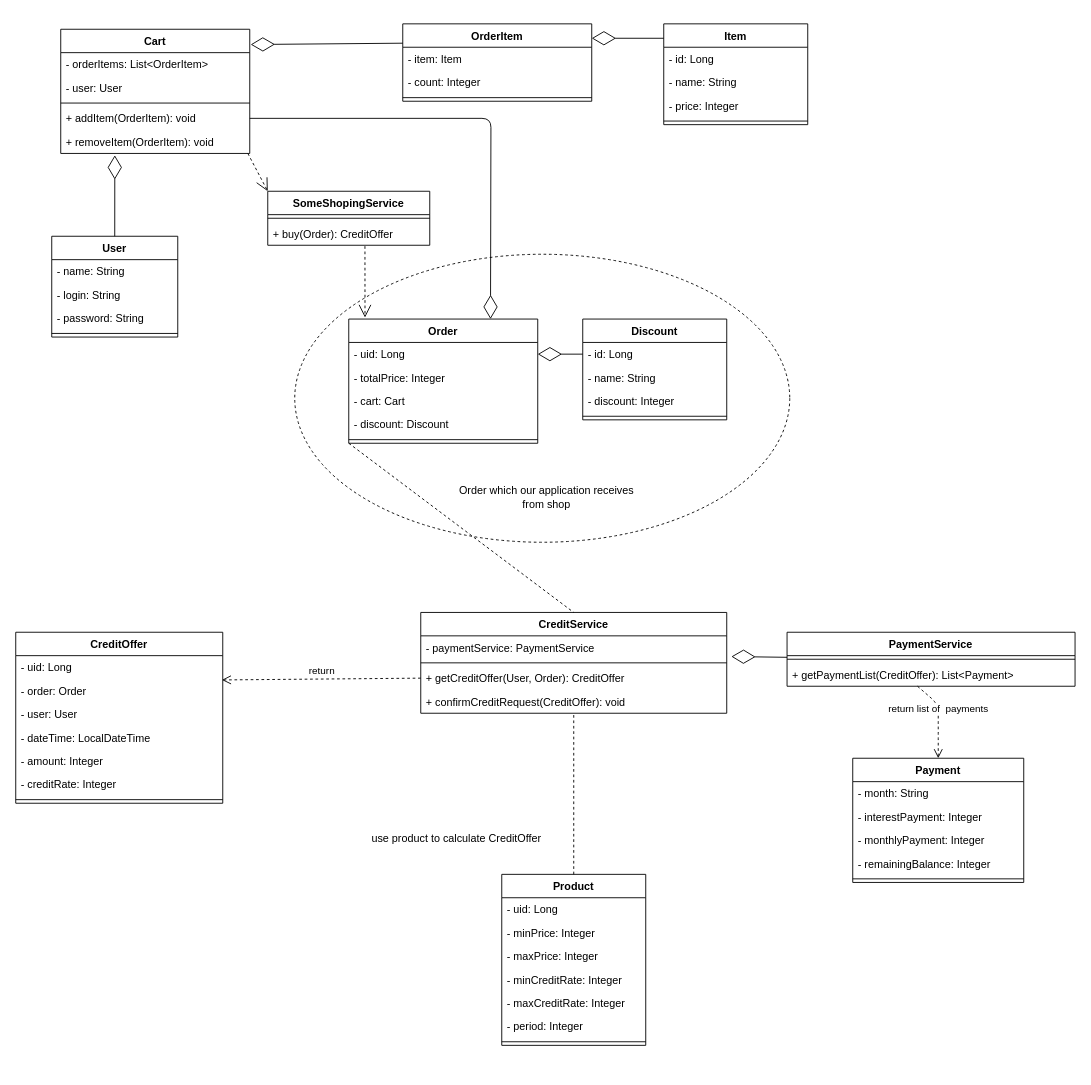
This is page "Page-2" (2 of 3) of general_schema.drawio from Vitalkamart/creditor, a draw.io file, before an edit. Source tidied: cells renumbered, new cells numbered last; positions are measured from the earlier drawing's top-left corner, leaving out a move shared by most shapes. Both pictures are drawn from the tidied source at 90%, with x=0, y=0 at pixel (15, 23).
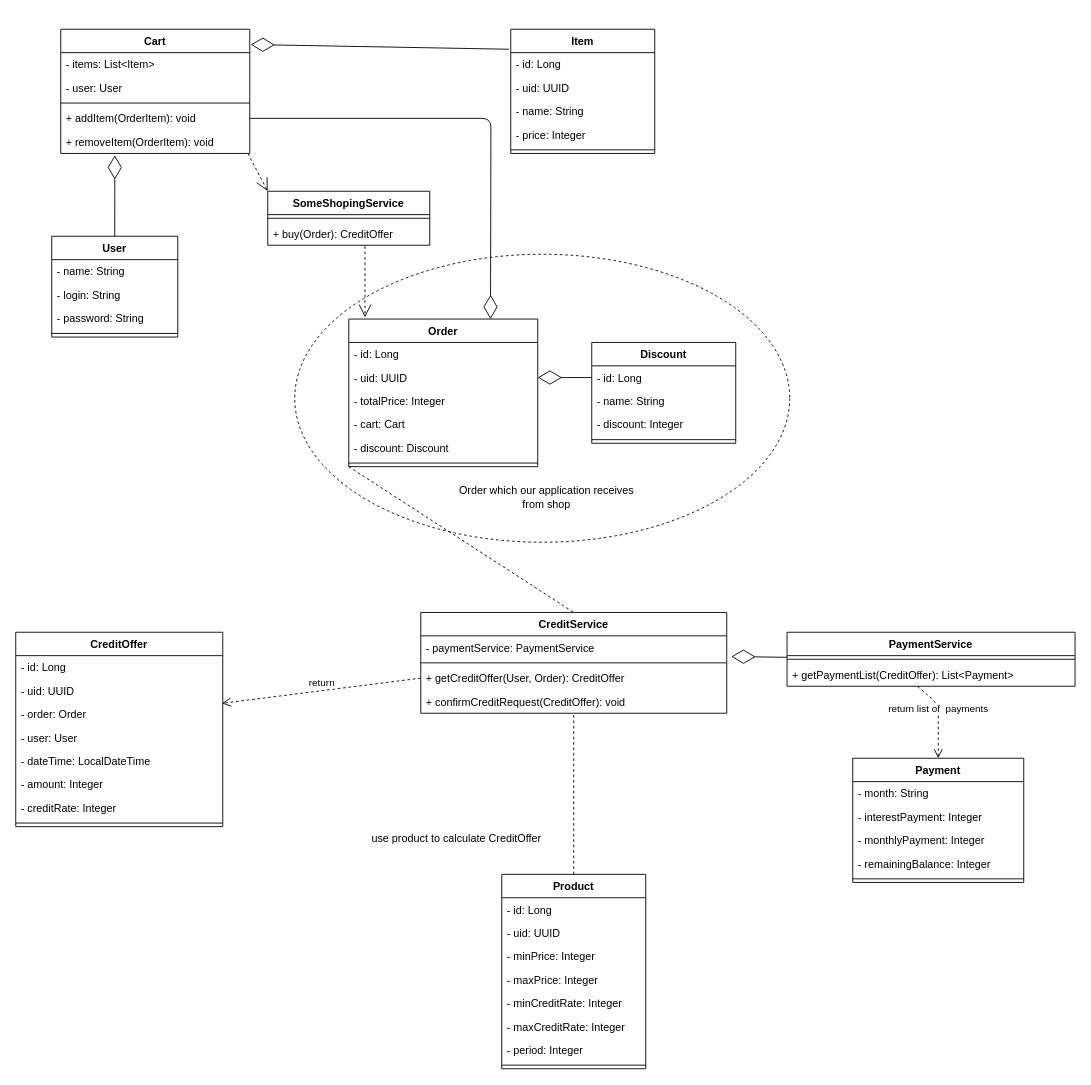
The same diagram, later.

The change refers to these unchanged cells:
```xml
<mxCell id="39" value="Cart" style="swimlane;fontStyle=1;align=center;verticalAlign=top;horizontal=1;startSize=26;" parent="1" vertex="1">
  <mxGeometry x="50" y="6" width="210" height="138" as="geometry" />
</mxCell>
```

Change to the diagram source:
```diff
@@
     <mxCell id="8" value="Product" style="swimlane;fontStyle=1;align=center;verticalAlign=top;horizontal=1;startSize=26;" parent="1" vertex="1">
-      <mxGeometry x="540" y="945" width="160" height="190" as="geometry" />
+      <mxGeometry x="540" y="945" width="160" height="216" as="geometry" />
     </mxCell>
-    <mxCell id="9" value="- uid: Long" style="text;strokeColor=none;fillColor=none;align=left;verticalAlign=top;spacingLeft=4;spacingRight=4;overflow=hidden;" parent="8" vertex="1">
+    <mxCell id="9" value="- id: Long" style="text;strokeColor=none;fillColor=none;align=left;verticalAlign=top;spacingLeft=4;spacingRight=4;overflow=hidden;" parent="8" vertex="1">
       <mxGeometry y="26" width="160" height="26" as="geometry" />
     </mxCell>
+    <mxCell id="81" value="- uid: UUID" style="text;strokeColor=none;fillColor=none;align=left;verticalAlign=top;spacingLeft=4;spacingRight=4;overflow=hidden;" parent="8" vertex="1">
+      <mxGeometry y="52" width="160" height="26" as="geometry" />
+    </mxCell>
     <mxCell id="10" value="- minPrice: Integer " style="text;strokeColor=none;fillColor=none;align=left;verticalAlign=top;spacingLeft=4;spacingRight=4;overflow=hidden;" parent="8" vertex="1">
-      <mxGeometry y="52" width="160" height="26" as="geometry" />
+      <mxGeometry y="78" width="160" height="26" as="geometry" />
     </mxCell>
     <mxCell id="11" value="- maxPrice: Integer " style="text;strokeColor=none;fillColor=none;align=left;verticalAlign=top;spacingLeft=4;spacingRight=4;overflow=hidden;" parent="8" vertex="1">
-      <mxGeometry y="78" width="160" height="26" as="geometry" />
+      <mxGeometry y="104" width="160" height="26" as="geometry" />
     </mxCell>
     <mxCell id="12" value="- minCreditRate: Integer " style="text;strokeColor=none;fillColor=none;align=left;verticalAlign=top;spacingLeft=4;spacingRight=4;overflow=hidden;" parent="8" vertex="1">
-      <mxGeometry y="104" width="160" height="26" as="geometry" />
+      <mxGeometry y="130" width="160" height="26" as="geometry" />
     </mxCell>
     <mxCell id="13" value="- maxCreditRate: Integer " style="text;strokeColor=none;fillColor=none;align=left;verticalAlign=top;spacingLeft=4;spacingRight=4;overflow=hidden;" parent="8" vertex="1">
-      <mxGeometry y="130" width="160" height="26" as="geometry" />
+      <mxGeometry y="156" width="160" height="26" as="geometry" />
     </mxCell>
     <mxCell id="14" value="- period: Integer " style="text;strokeColor=none;fillColor=none;align=left;verticalAlign=top;spacingLeft=4;spacingRight=4;overflow=hidden;" parent="8" vertex="1">
-      <mxGeometry y="156" width="160" height="26" as="geometry" />
+      <mxGeometry y="182" width="160" height="26" as="geometry" />
     </mxCell>
     <mxCell id="15" style="line;strokeWidth=1;fillColor=none;align=left;verticalAlign=middle;spacingTop=-1;spacingLeft=3;spacingRight=3;labelPosition=right;" parent="8" vertex="1">
-      <mxGeometry y="182" width="160" height="8" as="geometry" />
+      <mxGeometry y="208" width="160" height="8" as="geometry" />
     </mxCell>
     <mxCell id="16" value="Order" style="swimlane;fontStyle=1;align=center;verticalAlign=top;horizontal=1;startSize=26;" parent="1" vertex="1">
-      <mxGeometry x="370" y="328" width="210" height="138" as="geometry" />
+      <mxGeometry x="370" y="328" width="210" height="164" as="geometry" />
     </mxCell>
+    <mxCell id="82" value="- id: Long&#10;" style="text;strokeColor=none;fillColor=none;align=left;verticalAlign=top;spacingLeft=4;spacingRight=4;overflow=hidden;" parent="16" vertex="1">
+      <mxGeometry y="26" width="210" height="26" as="geometry" />
+    </mxCell>
-    <mxCell id="17" value="- uid: Long" style="text;strokeColor=none;fillColor=none;align=left;verticalAlign=top;spacingLeft=4;spacingRight=4;overflow=hidden;points=[[0,0.5],[1,0.5]];portConstraint=eastwest;" parent="16" vertex="1">
-      <mxGeometry y="26" width="210" height="26" as="geometry" />
+    <mxCell id="17" value="- uid: UUID" style="text;strokeColor=none;fillColor=none;align=left;verticalAlign=top;spacingLeft=4;spacingRight=4;overflow=hidden;points=[[0,0.5],[1,0.5]];portConstraint=eastwest;" parent="16" vertex="1">
+      <mxGeometry y="52" width="210" height="26" as="geometry" />
     </mxCell>
     <mxCell id="18" value="- totalPrice: Integer" style="text;strokeColor=none;fillColor=none;align=left;verticalAlign=top;spacingLeft=4;spacingRight=4;overflow=hidden;" parent="16" vertex="1">
-      <mxGeometry y="52" width="210" height="26" as="geometry" />
+      <mxGeometry y="78" width="210" height="26" as="geometry" />
     </mxCell>
     <mxCell id="19" value="- cart: Cart" style="text;strokeColor=none;fillColor=none;align=left;verticalAlign=top;spacingLeft=4;spacingRight=4;overflow=hidden;" parent="16" vertex="1">
-      <mxGeometry y="78" width="210" height="26" as="geometry" />
+      <mxGeometry y="104" width="210" height="26" as="geometry" />
     </mxCell>
     <mxCell id="20" value="- discount: Discount" style="text;strokeColor=none;fillColor=none;align=left;verticalAlign=top;spacingLeft=4;spacingRight=4;overflow=hidden;" parent="16" vertex="1">
-      <mxGeometry y="104" width="210" height="26" as="geometry" />
+      <mxGeometry y="130" width="210" height="26" as="geometry" />
     </mxCell>
     <mxCell id="21" style="line;strokeWidth=1;fillColor=none;align=left;verticalAlign=middle;spacingTop=-1;spacingLeft=3;spacingRight=3;labelPosition=right;" parent="16" vertex="1">
-      <mxGeometry y="130" width="210" height="8" as="geometry" />
+      <mxGeometry y="156" width="210" height="8" as="geometry" />
     </mxCell>
-    <mxCell id="22" value="OrderItem" style="swimlane;fontStyle=1;align=center;verticalAlign=top;horizontal=1;startSize=26;" parent="1" vertex="1">
-      <mxGeometry x="430" width="210" height="86" as="geometry" />
-    </mxCell>
-    <mxCell id="23" value="- item: Item" style="text;strokeColor=none;fillColor=none;align=left;verticalAlign=top;spacingLeft=4;spacingRight=4;overflow=hidden;" parent="22" vertex="1">
-      <mxGeometry y="26" width="210" height="26" as="geometry" />
-    </mxCell>
-    <mxCell id="24" value="- count: Integer" style="text;strokeColor=none;fillColor=none;align=left;verticalAlign=top;spacingLeft=4;spacingRight=4;overflow=hidden;" parent="22" vertex="1">
-      <mxGeometry y="52" width="210" height="26" as="geometry" />
-    </mxCell>
-    <mxCell id="25" style="line;strokeWidth=1;fillColor=none;align=left;verticalAlign=middle;spacingTop=-1;spacingLeft=3;spacingRight=3;labelPosition=right;" parent="22" vertex="1">
-      <mxGeometry y="78" width="210" height="8" as="geometry" />
-    </mxCell>
     <mxCell id="26" value="CreditOffer" style="swimlane;fontStyle=1;align=center;verticalAlign=top;horizontal=1;startSize=26;" parent="1" vertex="1">
-      <mxGeometry y="676" width="230" height="190" as="geometry" />
+      <mxGeometry y="676" width="230" height="216" as="geometry" />
     </mxCell>
-    <mxCell id="27" value="- uid: Long" style="text;strokeColor=none;fillColor=none;align=left;verticalAlign=top;spacingLeft=4;spacingRight=4;overflow=hidden;" parent="26" vertex="1">
+    <mxCell id="27" value="- id: Long&#10;" style="text;strokeColor=none;fillColor=none;align=left;verticalAlign=top;spacingLeft=4;spacingRight=4;overflow=hidden;" parent="26" vertex="1">
       <mxGeometry y="26" width="230" height="26" as="geometry" />
     </mxCell>
+    <mxCell id="83" value="- uid: UUID" style="text;strokeColor=none;fillColor=none;align=left;verticalAlign=top;spacingLeft=4;spacingRight=4;overflow=hidden;" parent="26" vertex="1">
+      <mxGeometry y="52" width="230" height="26" as="geometry" />
+    </mxCell>
     <mxCell id="28" value="- order: Order" style="text;strokeColor=none;fillColor=none;align=left;verticalAlign=top;spacingLeft=4;spacingRight=4;overflow=hidden;points=[[0,0.5],[1,0.5]];portConstraint=eastwest;" parent="26" vertex="1">
-      <mxGeometry y="52" width="230" height="26" as="geometry" />
+      <mxGeometry y="78" width="230" height="26" as="geometry" />
     </mxCell>
     <mxCell id="29" value="- user: User" style="text;strokeColor=none;fillColor=none;align=left;verticalAlign=top;spacingLeft=4;spacingRight=4;overflow=hidden;" parent="26" vertex="1">
-      <mxGeometry y="78" width="230" height="26" as="geometry" />
+      <mxGeometry y="104" width="230" height="26" as="geometry" />
     </mxCell>
     <mxCell id="30" value="- dateTime: LocalDateTime" style="text;strokeColor=none;fillColor=none;align=left;verticalAlign=top;spacingLeft=4;spacingRight=4;overflow=hidden;" parent="26" vertex="1">
-      <mxGeometry y="104" width="230" height="26" as="geometry" />
+      <mxGeometry y="130" width="230" height="26" as="geometry" />
     </mxCell>
     <mxCell id="31" value="- amount: Integer" style="text;strokeColor=none;fillColor=none;align=left;verticalAlign=top;spacingLeft=4;spacingRight=4;overflow=hidden;" parent="26" vertex="1">
-      <mxGeometry y="130" width="230" height="26" as="geometry" />
+      <mxGeometry y="156" width="230" height="26" as="geometry" />
     </mxCell>
     <mxCell id="32" value="- creditRate: Integer" style="text;strokeColor=none;fillColor=none;align=left;verticalAlign=top;spacingLeft=4;spacingRight=4;overflow=hidden;" parent="26" vertex="1">
-      <mxGeometry y="156" width="230" height="26" as="geometry" />
+      <mxGeometry y="182" width="230" height="26" as="geometry" />
     </mxCell>
     <mxCell id="33" style="line;strokeWidth=1;fillColor=none;align=left;verticalAlign=middle;spacingTop=-1;spacingLeft=3;spacingRight=3;labelPosition=right;" parent="26" vertex="1">
-      <mxGeometry y="182" width="230" height="8" as="geometry" />
+      <mxGeometry y="208" width="230" height="8" as="geometry" />
     </mxCell>
     <mxCell id="34" value="Discount" style="swimlane;fontStyle=1;align=center;verticalAlign=top;horizontal=1;startSize=26;" parent="1" vertex="1">
-      <mxGeometry x="630" y="328" width="160" height="112" as="geometry" />
+      <mxGeometry x="640" y="354" width="160" height="112" as="geometry" />
     </mxCell>
@@
-    <mxCell id="40" value="- orderItems: List&lt;OrderItem&gt;" style="text;strokeColor=none;fillColor=none;align=left;verticalAlign=top;spacingLeft=4;spacingRight=4;overflow=hidden;" parent="39" vertex="1">
+    <mxCell id="40" value="- items: List&lt;Item&gt;" style="text;strokeColor=none;fillColor=none;align=left;verticalAlign=top;spacingLeft=4;spacingRight=4;overflow=hidden;" parent="39" vertex="1">
       <mxGeometry y="26" width="210" height="26" as="geometry" />
     </mxCell>
@@
     <mxCell id="68" value="Item" style="swimlane;fontStyle=1;align=center;verticalAlign=top;horizontal=1;startSize=26;" parent="1" vertex="1">
-      <mxGeometry x="720" width="160" height="112" as="geometry" />
+      <mxGeometry x="550" y="6" width="160" height="138" as="geometry" />
     </mxCell>
@@
+    <mxCell id="84" value="- uid: UUID" style="text;strokeColor=none;fillColor=none;align=left;verticalAlign=top;spacingLeft=4;spacingRight=4;overflow=hidden;" parent="68" vertex="1">
+      <mxGeometry y="52" width="160" height="26" as="geometry" />
+    </mxCell>
     <mxCell id="70" value="- name: String" style="text;strokeColor=none;fillColor=none;align=left;verticalAlign=top;spacingLeft=4;spacingRight=4;overflow=hidden;" parent="68" vertex="1">
-      <mxGeometry y="52" width="160" height="26" as="geometry" />
+      <mxGeometry y="78" width="160" height="26" as="geometry" />
     </mxCell>
     <mxCell id="71" value="- price: Integer" style="text;strokeColor=none;fillColor=none;align=left;verticalAlign=top;spacingLeft=4;spacingRight=4;overflow=hidden;" parent="68" vertex="1">
-      <mxGeometry y="78" width="160" height="26" as="geometry" />
+      <mxGeometry y="104" width="160" height="26" as="geometry" />
     </mxCell>
     <mxCell id="72" style="line;strokeWidth=1;fillColor=none;align=left;verticalAlign=middle;spacingTop=-1;spacingLeft=3;spacingRight=3;labelPosition=right;" parent="68" vertex="1">
-      <mxGeometry y="104" width="160" height="8" as="geometry" />
+      <mxGeometry y="130" width="160" height="8" as="geometry" />
     </mxCell>
-    <mxCell id="73" style="endArrow=diamondThin;endFill=0;endSize=24;html=1;entryX=1;entryY=0.186;entryDx=0;entryDy=0;entryPerimeter=0;exitX=0;exitY=0.143;exitDx=0;exitDy=0;exitPerimeter=0;" parent="1" edge="1" source="68" target="22">
-      <mxGeometry relative="1" as="geometry" />
-    </mxCell>
-    <mxCell id="74" style="endArrow=diamondThin;endFill=0;endSize=24;html=1;exitX=0;exitY=0.25;exitDx=0;exitDy=0;entryX=1.005;entryY=0.123;entryDx=0;entryDy=0;entryPerimeter=0;" parent="1" edge="1" source="22" target="39">
+    <mxCell id="74" style="endArrow=diamondThin;endFill=0;endSize=24;html=1;exitX=-0.012;exitY=0.161;exitDx=0;exitDy=0;entryX=1.005;entryY=0.123;entryDx=0;entryDy=0;entryPerimeter=0;exitPerimeter=0;" parent="1" edge="1" source="68" target="39">
       <mxGeometry relative="1" as="geometry" />
     </mxCell>
```
